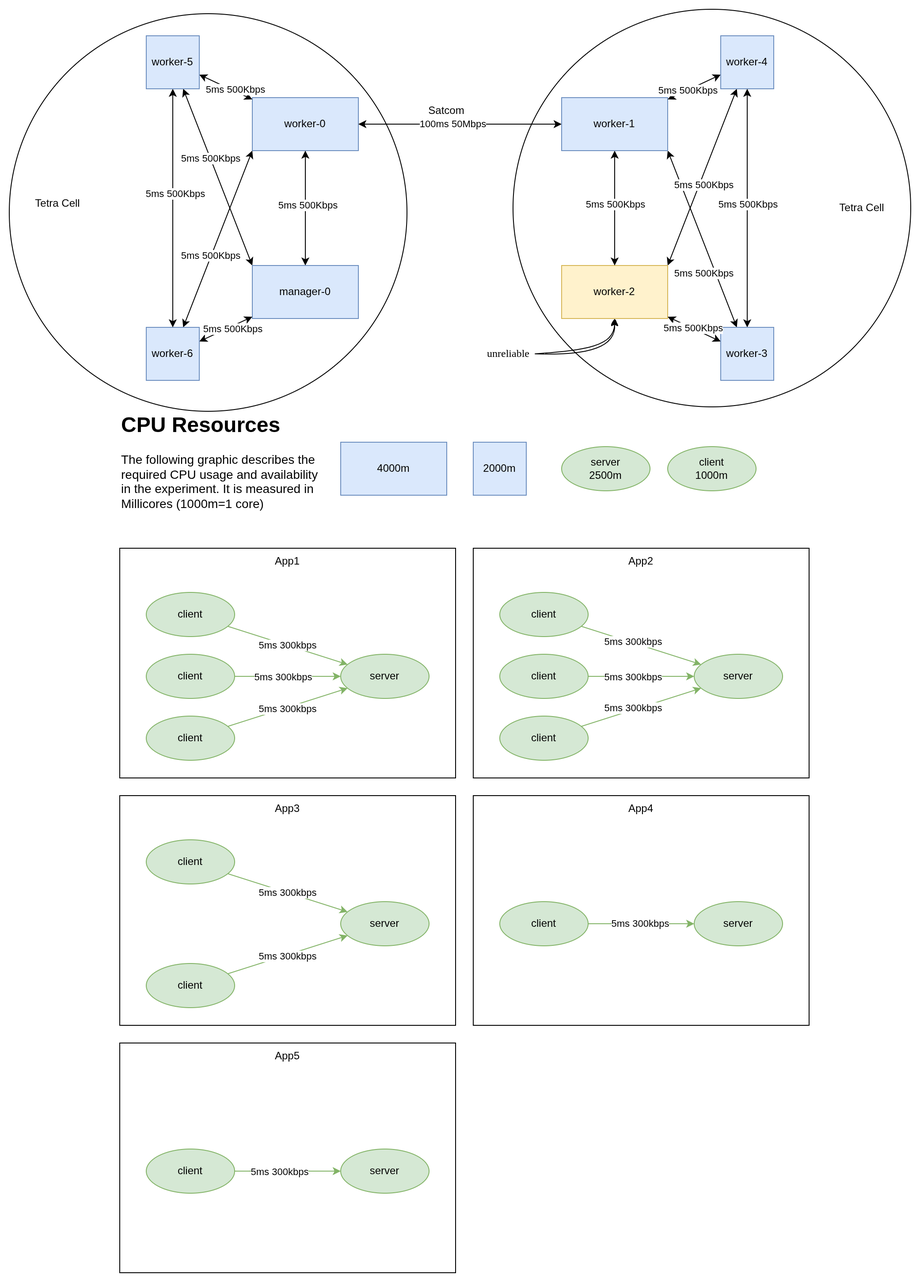
The draw.io diagram emulator/exp-3/setup.drawio.png in kr-0-n/k8_scheduler_experiments, before a commit. Source tidied: cells renumbered, new cells last; positions are measured from the earlier drawing's top-left corner, leaving out a move shared by most shapes.
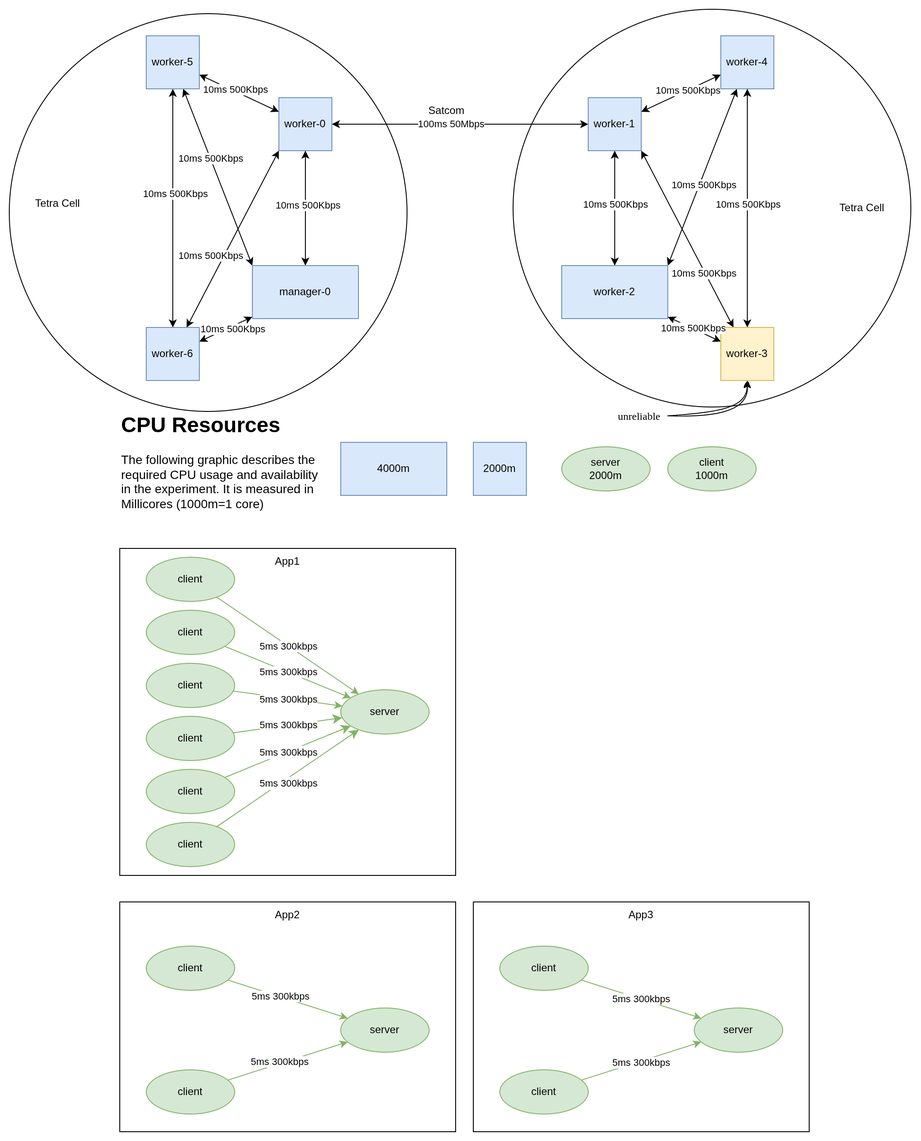
Later version of the same file.

The edit, as a diff of the source:
```diff
@@ -11,6 +11,6 @@
     <mxCell id="4" style="rounded=0;whiteSpace=wrap;html=1;" parent="1" vertex="1">
-      <mxGeometry x="125" y="610" width="380" height="260" as="geometry" />
+      <mxGeometry x="125" y="610" width="380" height="370" as="geometry" />
     </mxCell>
     <mxCell id="5" value="worker-0" style="rounded=0;whiteSpace=wrap;html=1;fillColor=#dae8fc;strokeColor=#6c8ebf;" parent="1" vertex="1">
-      <mxGeometry x="275" y="100" width="120" height="60" as="geometry" />
+      <mxGeometry x="305" y="100" width="60" height="60" as="geometry" />
     </mxCell>
@@ -28,3 +28,3 @@
     </mxCell>
-    <mxCell id="10" value="worker-2" style="rounded=0;whiteSpace=wrap;html=1;fillColor=#fff2cc;strokeColor=#d6b656;" parent="1" vertex="1">
+    <mxCell id="10" value="worker-2" style="rounded=0;whiteSpace=wrap;html=1;fillColor=#dae8fc;strokeColor=#6c8ebf;" parent="1" vertex="1">
       <mxGeometry x="625" y="290" width="120" height="60" as="geometry" />
@@ -46,3 +46,3 @@
     <mxCell id="15" value="worker-1" style="rounded=0;whiteSpace=wrap;html=1;fillColor=#dae8fc;strokeColor=#6c8ebf;" parent="1" vertex="1">
-      <mxGeometry x="625" y="100" width="120" height="60" as="geometry" />
+      <mxGeometry x="655" y="100" width="60" height="60" as="geometry" />
     </mxCell>
@@ -60,3 +60,3 @@
     </mxCell>
-    <mxCell id="20" value="worker-3" style="rounded=0;whiteSpace=wrap;html=1;fillColor=#dae8fc;strokeColor=#6c8ebf;" parent="1" vertex="1">
+    <mxCell id="20" value="worker-3" style="rounded=0;whiteSpace=wrap;html=1;fillColor=#fff2cc;strokeColor=#d6b656;" parent="1" vertex="1">
       <mxGeometry x="805" y="360" width="60" height="60" as="geometry" />
@@ -81,6 +81,8 @@
     </mxCell>
-    <mxCell id="27" style="edgeStyle=orthogonalEdgeStyle;rounded=0;jettySize=auto;html=1;sketch=1;curveFitting=1;jiggle=2;curved=1;" parent="1" edge="1" source="28" target="10">
+    <mxCell id="27" style="edgeStyle=orthogonalEdgeStyle;rounded=0;orthogonalLoop=1;jettySize=auto;html=1;sketch=1;curveFitting=1;jiggle=2;curved=1;" parent="1" edge="1">
       <mxGeometry relative="1" as="geometry">
+        <mxPoint x="745" y="460" as="sourcePoint" />
+        <mxPoint x="835" y="420" as="targetPoint" />
         <Array as="points">
-          <mxPoint x="685" y="390" />
+          <mxPoint x="835" y="460" />
         </Array>
@@ -89,5 +91,5 @@
     <mxCell id="28" value="unreliable" style="text;html=1;whiteSpace=wrap;strokeColor=none;fillColor=none;align=center;verticalAlign=middle;rounded=0;sketch=1;curveFitting=1;jiggle=2;fontFamily=Comic Sans MS;" parent="1" vertex="1">
-      <mxGeometry x="535" y="375" width="60" height="30" as="geometry" />
+      <mxGeometry x="683" y="446" width="60" height="30" as="geometry" />
     </mxCell>
-    <mxCell id="29" style="edgeStyle=orthogonalEdgeStyle;rounded=0;jettySize=auto;html=1;fillColor=#d5e8d4;strokeColor=#82b366;" parent="1" edge="1" source="31" target="32">
+    <mxCell id="29" style="rounded=0;jettySize=auto;html=1;fillColor=#d5e8d4;strokeColor=#82b366;" parent="1" edge="1" source="31" target="32">
       <mxGeometry relative="1" as="geometry" />
@@ -96,3 +98,3 @@
       <mxGeometry x="-0.08" relative="1" as="geometry">
-        <mxPoint x="-1" as="offset" />
+        <mxPoint x="6" y="2" as="offset" />
       </mxGeometry>
@@ -100,6 +102,6 @@
     <mxCell id="31" value="client" style="ellipse;whiteSpace=wrap;html=1;fillColor=#d5e8d4;strokeColor=#82b366;" parent="1" vertex="1">
-      <mxGeometry x="155" y="730" width="100" height="50" as="geometry" />
+      <mxGeometry x="155" y="680" width="100" height="50" as="geometry" />
     </mxCell>
     <mxCell id="32" value="server" style="ellipse;whiteSpace=wrap;html=1;fillColor=#d5e8d4;strokeColor=#82b366;" parent="1" vertex="1">
-      <mxGeometry x="375" y="730" width="100" height="50" as="geometry" />
+      <mxGeometry x="375" y="770" width="100" height="50" as="geometry" />
     </mxCell>
@@ -110,3 +112,3 @@
       <mxGeometry x="0.26" y="2" relative="1" as="geometry">
-        <mxPoint x="-19" y="-4" as="offset" />
+        <mxPoint x="-22" y="-12" as="offset" />
       </mxGeometry>
@@ -114,3 +116,3 @@
     <mxCell id="35" value="client" style="ellipse;whiteSpace=wrap;html=1;fillColor=#d5e8d4;strokeColor=#82b366;" parent="1" vertex="1">
-      <mxGeometry x="155" y="660" width="100" height="50" as="geometry" />
+      <mxGeometry x="155" y="620" width="100" height="50" as="geometry" />
     </mxCell>
@@ -121,3 +123,3 @@
       <mxGeometry x="-0.18" y="3" relative="1" as="geometry">
-        <mxPoint x="13" as="offset" />
+        <mxPoint x="11" y="5" as="offset" />
       </mxGeometry>
@@ -125,3 +127,3 @@
     <mxCell id="38" value="client" style="ellipse;whiteSpace=wrap;html=1;fillColor=#d5e8d4;strokeColor=#82b366;" parent="1" vertex="1">
-      <mxGeometry x="155" y="800" width="100" height="50" as="geometry" />
+      <mxGeometry x="155" y="740" width="100" height="50" as="geometry" />
     </mxCell>
@@ -131,12 +133,6 @@
     <mxCell id="40" style="rounded=0;whiteSpace=wrap;html=1;" parent="1" vertex="1">
-      <mxGeometry x="525" y="610" width="380" height="260" as="geometry" />
+      <mxGeometry x="125" y="1010" width="380" height="260" as="geometry" />
     </mxCell>
-    <mxCell id="41" style="edgeStyle=orthogonalEdgeStyle;rounded=0;jettySize=auto;html=1;fillColor=#d5e8d4;strokeColor=#82b366;" parent="1" edge="1" source="42" target="43">
-      <mxGeometry relative="1" as="geometry" />
-    </mxCell>
-    <mxCell id="42" value="client" style="ellipse;whiteSpace=wrap;html=1;fillColor=#d5e8d4;strokeColor=#82b366;" parent="1" vertex="1">
-      <mxGeometry x="555" y="730" width="100" height="50" as="geometry" />
-    </mxCell>
     <mxCell id="43" value="server" style="ellipse;whiteSpace=wrap;html=1;fillColor=#d5e8d4;strokeColor=#82b366;" parent="1" vertex="1">
-      <mxGeometry x="775" y="730" width="100" height="50" as="geometry" />
+      <mxGeometry x="375" y="1130" width="100" height="50" as="geometry" />
     </mxCell>
@@ -149,3 +145,3 @@
     <mxCell id="46" value="client" style="ellipse;whiteSpace=wrap;html=1;fillColor=#d5e8d4;strokeColor=#82b366;" parent="1" vertex="1">
-      <mxGeometry x="555" y="660" width="100" height="50" as="geometry" />
+      <mxGeometry x="155" y="1060" width="100" height="50" as="geometry" />
     </mxCell>
@@ -155,18 +151,15 @@
     <mxCell id="48" value="client" style="ellipse;whiteSpace=wrap;html=1;fillColor=#d5e8d4;strokeColor=#82b366;" parent="1" vertex="1">
-      <mxGeometry x="555" y="800" width="100" height="50" as="geometry" />
+      <mxGeometry x="155" y="1200" width="100" height="50" as="geometry" />
     </mxCell>
     <mxCell id="49" value="App2" style="text;html=1;whiteSpace=wrap;strokeColor=none;fillColor=none;align=center;verticalAlign=middle;rounded=0;" parent="1" vertex="1">
-      <mxGeometry x="685" y="610" width="60" height="30" as="geometry" />
+      <mxGeometry x="285" y="1010" width="60" height="30" as="geometry" />
     </mxCell>
-    <mxCell id="50" value="5ms 300kbps" style="edgeLabel;html=1;align=center;verticalAlign=middle;" parent="1" vertex="1">
-      <mxGeometry x="705" y="755" as="geometry" />
-    </mxCell>
     <mxCell id="51" value="5ms 300kbps" style="edgeLabel;html=1;align=center;verticalAlign=middle;" parent="1" vertex="1">
-      <mxGeometry x="705" y="790" as="geometry" />
+      <mxGeometry x="305" y="1190" as="geometry" />
     </mxCell>
     <mxCell id="52" style="rounded=0;whiteSpace=wrap;html=1;" parent="1" vertex="1">
-      <mxGeometry x="125" y="890" width="380" height="260" as="geometry" />
+      <mxGeometry x="525" y="1010" width="380" height="260" as="geometry" />
     </mxCell>
     <mxCell id="53" value="server" style="ellipse;whiteSpace=wrap;html=1;fillColor=#d5e8d4;strokeColor=#82b366;" parent="1" vertex="1">
-      <mxGeometry x="375" y="1010" width="100" height="50" as="geometry" />
+      <mxGeometry x="775" y="1130" width="100" height="50" as="geometry" />
     </mxCell>
@@ -181,3 +174,3 @@
     <mxCell id="56" value="client" style="ellipse;whiteSpace=wrap;html=1;fillColor=#d5e8d4;strokeColor=#82b366;" parent="1" vertex="1">
-      <mxGeometry x="155" y="940" width="100" height="50" as="geometry" />
+      <mxGeometry x="555" y="1060" width="100" height="50" as="geometry" />
     </mxCell>
@@ -192,49 +185,11 @@
     <mxCell id="59" value="client" style="ellipse;whiteSpace=wrap;html=1;fillColor=#d5e8d4;strokeColor=#82b366;" parent="1" vertex="1">
-      <mxGeometry x="155" y="1080" width="100" height="50" as="geometry" />
+      <mxGeometry x="555" y="1200" width="100" height="50" as="geometry" />
     </mxCell>
     <mxCell id="60" value="App3" style="text;html=1;whiteSpace=wrap;strokeColor=none;fillColor=none;align=center;verticalAlign=middle;rounded=0;" parent="1" vertex="1">
-      <mxGeometry x="285" y="890" width="60" height="30" as="geometry" />
+      <mxGeometry x="685" y="1010" width="60" height="30" as="geometry" />
     </mxCell>
-    <mxCell id="61" style="rounded=0;whiteSpace=wrap;html=1;" parent="1" vertex="1">
-      <mxGeometry x="525" y="890" width="380" height="260" as="geometry" />
-    </mxCell>
-    <mxCell id="62" style="edgeStyle=orthogonalEdgeStyle;rounded=0;jettySize=auto;html=1;fillColor=#d5e8d4;strokeColor=#82b366;" parent="1" edge="1" source="63" target="64">
-      <mxGeometry relative="1" as="geometry" />
-    </mxCell>
-    <mxCell id="63" value="client" style="ellipse;whiteSpace=wrap;html=1;fillColor=#d5e8d4;strokeColor=#82b366;" parent="1" vertex="1">
-      <mxGeometry x="555" y="1010" width="100" height="50" as="geometry" />
-    </mxCell>
-    <mxCell id="64" value="server" style="ellipse;whiteSpace=wrap;html=1;fillColor=#d5e8d4;strokeColor=#82b366;" parent="1" vertex="1">
-      <mxGeometry x="775" y="1010" width="100" height="50" as="geometry" />
-    </mxCell>
-    <mxCell id="65" value="App4" style="text;html=1;whiteSpace=wrap;strokeColor=none;fillColor=none;align=center;verticalAlign=middle;rounded=0;" parent="1" vertex="1">
-      <mxGeometry x="685" y="890" width="60" height="30" as="geometry" />
-    </mxCell>
-    <mxCell id="66" value="5ms 300kbps" style="edgeLabel;html=1;align=center;verticalAlign=middle;" parent="1" vertex="1">
-      <mxGeometry x="705" y="1020" as="geometry">
-        <mxPoint x="8" y="14" as="offset" />
-      </mxGeometry>
-    </mxCell>
-    <mxCell id="67" style="rounded=0;whiteSpace=wrap;html=1;" parent="1" vertex="1">
-      <mxGeometry x="125" y="1170" width="380" height="260" as="geometry" />
-    </mxCell>
-    <mxCell id="68" style="edgeStyle=orthogonalEdgeStyle;rounded=0;jettySize=auto;html=1;fillColor=#d5e8d4;strokeColor=#82b366;" parent="1" edge="1" source="69" target="70">
-      <mxGeometry relative="1" as="geometry" />
-    </mxCell>
-    <mxCell id="69" value="client" style="ellipse;whiteSpace=wrap;html=1;fillColor=#d5e8d4;strokeColor=#82b366;" parent="1" vertex="1">
-      <mxGeometry x="155" y="1290" width="100" height="50" as="geometry" />
-    </mxCell>
-    <mxCell id="70" value="server" style="ellipse;whiteSpace=wrap;html=1;fillColor=#d5e8d4;strokeColor=#82b366;" parent="1" vertex="1">
-      <mxGeometry x="375" y="1290" width="100" height="50" as="geometry" />
-    </mxCell>
-    <mxCell id="71" value="App5" style="text;html=1;whiteSpace=wrap;strokeColor=none;fillColor=none;align=center;verticalAlign=middle;rounded=0;" parent="1" vertex="1">
-      <mxGeometry x="285" y="1170" width="60" height="30" as="geometry" />
-    </mxCell>
-    <mxCell id="72" value="5ms 300kbps" style="edgeLabel;html=1;align=center;verticalAlign=middle;" parent="1" vertex="1">
-      <mxGeometry x="305" y="1315" as="geometry" />
-    </mxCell>
-    <mxCell id="73" value="5ms 500Kbps" style="edgeLabel;html=1;align=center;verticalAlign=middle;" parent="1" vertex="1">
+    <mxCell id="73" value="10ms 500Kbps" style="edgeLabel;html=1;align=center;verticalAlign=middle;" parent="1" vertex="1">
       <mxGeometry x="685" y="220" as="geometry" />
     </mxCell>
-    <mxCell id="74" value="5ms 5&lt;span style=&quot;background-color: light-dark(#ffffff, var(--ge-dark-color, #121212)); color: light-dark(rgb(0, 0, 0), rgb(255, 255, 255));&quot;&gt;00Kbps&lt;/span&gt;" style="edgeLabel;html=1;align=center;verticalAlign=middle;" parent="1" vertex="1">
+    <mxCell id="74" value="10ms 5&lt;span style=&quot;background-color: light-dark(#ffffff, var(--ge-dark-color, #121212)); color: light-dark(rgb(0, 0, 0), rgb(255, 255, 255));&quot;&gt;00Kbps&lt;/span&gt;" style="edgeLabel;html=1;align=center;verticalAlign=middle;" parent="1" vertex="1">
       <mxGeometry x="335" y="220" as="geometry">
@@ -243,6 +198,6 @@
     </mxCell>
-    <mxCell id="75" value="5ms 500Kbps" style="edgeLabel;html=1;align=center;verticalAlign=middle;" parent="1" vertex="1">
+    <mxCell id="75" value="10ms 500Kbps" style="edgeLabel;html=1;align=center;verticalAlign=middle;" parent="1" vertex="1">
       <mxGeometry x="255" y="90" as="geometry" />
     </mxCell>
-    <mxCell id="76" value="5ms 500Kbps" style="edgeLabel;html=1;align=center;verticalAlign=middle;" parent="1" vertex="1">
+    <mxCell id="76" value="10ms 500Kbps" style="edgeLabel;html=1;align=center;verticalAlign=middle;" parent="1" vertex="1">
       <mxGeometry x="765" y="90" as="geometry">
@@ -251,6 +206,6 @@
     </mxCell>
-    <mxCell id="77" value="5ms 500Kbps" style="edgeLabel;html=1;align=center;verticalAlign=middle;" parent="1" vertex="1">
+    <mxCell id="77" value="10ms 500Kbps" style="edgeLabel;html=1;align=center;verticalAlign=middle;" parent="1" vertex="1">
       <mxGeometry x="835" y="220" as="geometry" />
     </mxCell>
-    <mxCell id="78" value="5ms 500Kbps" style="edgeLabel;html=1;align=center;verticalAlign=middle;" parent="1" vertex="1">
+    <mxCell id="78" value="10ms 500Kbps" style="edgeLabel;html=1;align=center;verticalAlign=middle;" parent="1" vertex="1">
       <mxGeometry x="765" y="360" as="geometry">
@@ -259,3 +214,3 @@
     </mxCell>
-    <mxCell id="79" value="5ms 500Kbps" style="edgeLabel;html=1;align=center;verticalAlign=middle;" parent="1" vertex="1">
+    <mxCell id="79" value="10ms 500Kbps" style="edgeLabel;html=1;align=center;verticalAlign=middle;" parent="1" vertex="1">
       <mxGeometry x="250" y="363" as="geometry">
@@ -270,3 +225,3 @@
     </mxCell>
-    <mxCell id="82" value="server&lt;div&gt;2500m&lt;/div&gt;" style="ellipse;whiteSpace=wrap;html=1;fillColor=#d5e8d4;strokeColor=#82b366;" parent="1" vertex="1">
+    <mxCell id="82" value="server&lt;div&gt;2000m&lt;/div&gt;" style="ellipse;whiteSpace=wrap;html=1;fillColor=#d5e8d4;strokeColor=#82b366;" parent="1" vertex="1">
       <mxGeometry x="625" y="495" width="100" height="50" as="geometry" />
@@ -279,3 +234,3 @@
     </mxCell>
-    <mxCell id="85" value="5ms 500Kbps" style="edgeLabel;html=1;align=center;verticalAlign=middle;" parent="1" vertex="1">
+    <mxCell id="85" value="10ms 500Kbps" style="edgeLabel;html=1;align=center;verticalAlign=middle;" parent="1" vertex="1">
       <mxGeometry x="865" y="230" as="geometry">
@@ -284,3 +239,3 @@
     </mxCell>
-    <mxCell id="86" value="5ms 500Kbps" style="edgeLabel;html=1;align=center;verticalAlign=middle;" parent="1" vertex="1">
+    <mxCell id="86" value="10ms 500Kbps" style="edgeLabel;html=1;align=center;verticalAlign=middle;" parent="1" vertex="1">
       <mxGeometry x="865" y="330" as="geometry">
@@ -292,3 +247,3 @@
     </mxCell>
-    <mxCell id="88" value="5ms 500Kbps" style="edgeLabel;html=1;align=center;verticalAlign=middle;" parent="1" vertex="1">
+    <mxCell id="88" value="10ms 500Kbps" style="edgeLabel;html=1;align=center;verticalAlign=middle;" parent="1" vertex="1">
       <mxGeometry x="225" y="280" as="geometry">
@@ -297,3 +252,3 @@
     </mxCell>
-    <mxCell id="89" value="5ms 500Kbps" style="edgeLabel;html=1;align=center;verticalAlign=middle;" parent="1" vertex="1">
+    <mxCell id="89" value="10ms 500Kbps" style="edgeLabel;html=1;align=center;verticalAlign=middle;" parent="1" vertex="1">
       <mxGeometry x="185" y="210" as="geometry">
@@ -302,3 +257,3 @@
     </mxCell>
-    <mxCell id="90" value="5ms 500Kbps" style="edgeLabel;html=1;align=center;verticalAlign=middle;" parent="1" vertex="1">
+    <mxCell id="90" value="10ms 500Kbps" style="edgeLabel;html=1;align=center;verticalAlign=middle;" parent="1" vertex="1">
       <mxGeometry x="225" y="170" as="geometry">
@@ -313,2 +268,35 @@
     </mxCell>
+    <mxCell id="93" style="edgeStyle=none;curved=1;rounded=0;jettySize=auto;html=1;fontSize=12;startSize=8;endSize=8;fillColor=#d5e8d4;strokeColor=#82b366;" parent="1" edge="1" source="95" target="32">
+      <mxGeometry relative="1" as="geometry" />
+    </mxCell>
+    <mxCell id="94" value="&lt;span style=&quot;font-size: 11px;&quot;&gt;5ms 300kbps&lt;/span&gt;" style="edgeLabel;html=1;align=center;verticalAlign=middle;fontSize=12;" parent="93" vertex="1">
+      <mxGeometry x="-0.06" y="1" relative="1" as="geometry">
+        <mxPoint x="4" as="offset" />
+      </mxGeometry>
+    </mxCell>
+    <mxCell id="95" value="client" style="ellipse;whiteSpace=wrap;html=1;fillColor=#d5e8d4;strokeColor=#82b366;" parent="1" vertex="1">
+      <mxGeometry x="155" y="800" width="100" height="50" as="geometry" />
+    </mxCell>
+    <mxCell id="96" style="edgeStyle=none;curved=1;rounded=0;jettySize=auto;html=1;fontSize=12;startSize=8;endSize=8;fillColor=#d5e8d4;strokeColor=#82b366;" parent="1" edge="1" source="98" target="32">
+      <mxGeometry relative="1" as="geometry" />
+    </mxCell>
+    <mxCell id="97" value="&lt;span style=&quot;font-size: 11px;&quot;&gt;5ms 300kbps&lt;/span&gt;" style="edgeLabel;html=1;align=center;verticalAlign=middle;fontSize=12;" parent="96" vertex="1">
+      <mxGeometry x="-0.14" relative="1" as="geometry">
+        <mxPoint x="10" y="-4" as="offset" />
+      </mxGeometry>
+    </mxCell>
+    <mxCell id="98" value="client" style="ellipse;whiteSpace=wrap;html=1;fillColor=#d5e8d4;strokeColor=#82b366;" parent="1" vertex="1">
+      <mxGeometry x="155" y="860" width="100" height="50" as="geometry" />
+    </mxCell>
+    <mxCell id="99" style="edgeStyle=none;curved=1;rounded=0;jettySize=auto;html=1;fontSize=12;startSize=8;endSize=8;fillColor=#d5e8d4;strokeColor=#82b366;" parent="1" edge="1" source="101" target="32">
+      <mxGeometry relative="1" as="geometry" />
+    </mxCell>
+    <mxCell id="100" value="&lt;span style=&quot;font-size: 11px;&quot;&gt;5ms 300kbps&lt;/span&gt;" style="edgeLabel;html=1;align=center;verticalAlign=middle;fontSize=12;" parent="99" vertex="1">
+      <mxGeometry x="-0.06" y="-2" relative="1" as="geometry">
+        <mxPoint x="4" as="offset" />
+      </mxGeometry>
+    </mxCell>
+    <mxCell id="101" value="client" style="ellipse;whiteSpace=wrap;html=1;fillColor=#d5e8d4;strokeColor=#82b366;" parent="1" vertex="1">
+      <mxGeometry x="155" y="920" width="100" height="50" as="geometry" />
+    </mxCell>
   </root>
```
